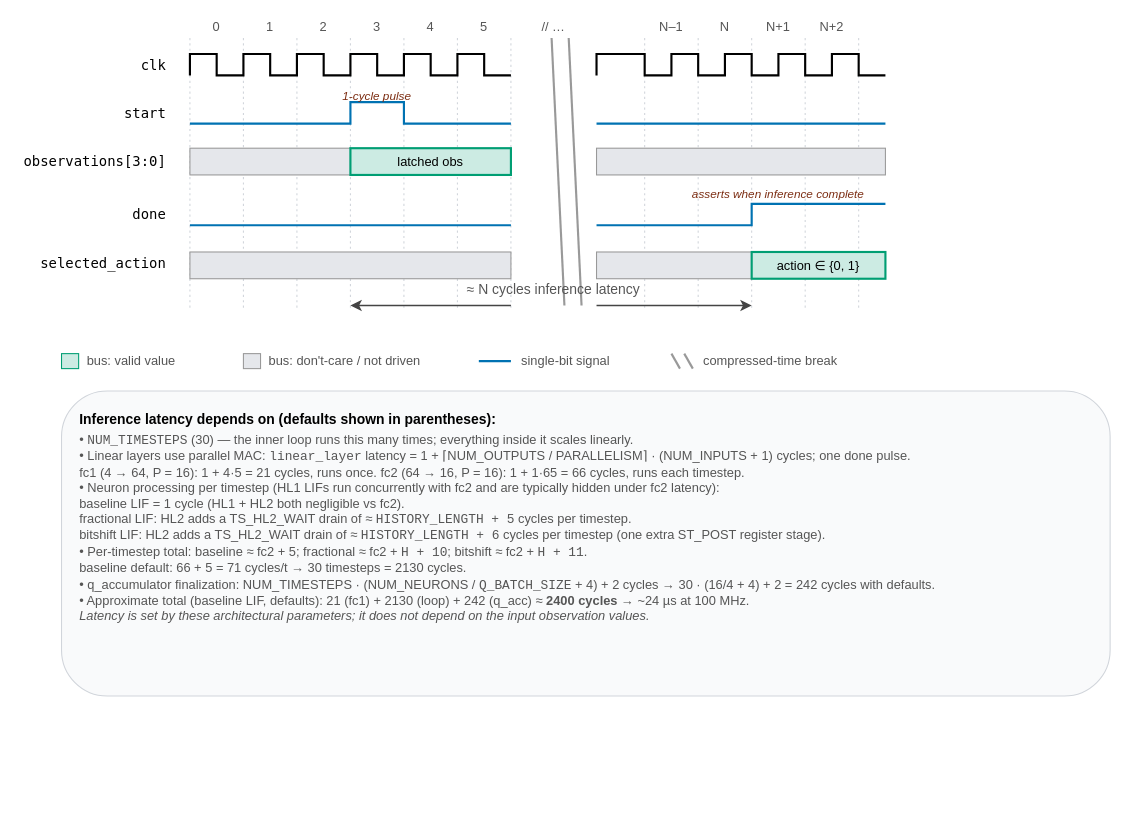
Earlier version of the draw.io diagram page "Top-level-timing" (2 of 4) of nn_diagrams.drawio (nkanderson/intrinsic-memory-SNNs). Source tidied: cells renumbered, new cells numbered last; positions are measured from the earlier drawing's top-left corner, leaving out a move shared by most shapes. Both pictures are drawn from the tidied source at 107%, with x=0, y=0 at pixel (18, 18).
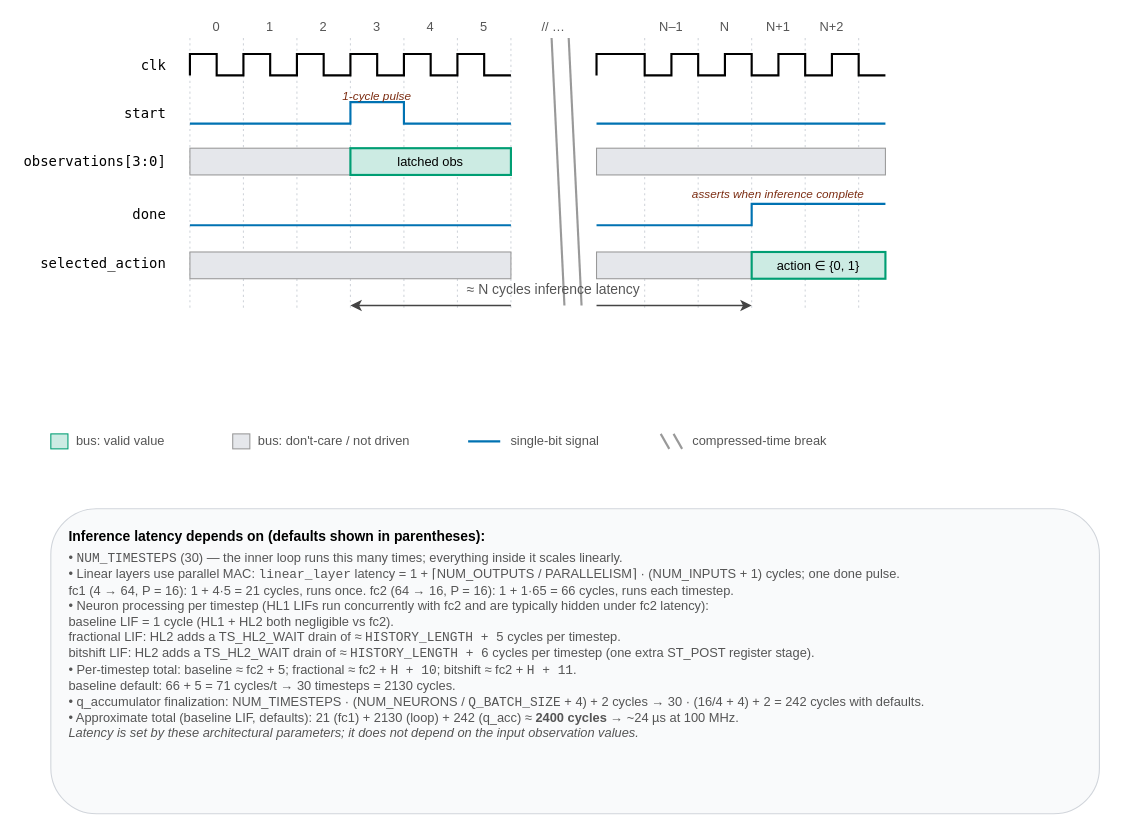
The same page after the edit.

The edit, as a diff of the source:
```diff
@@
-    <mxCell id="37" style="rounded=0;whiteSpace=wrap;html=1;strokeWidth=1;strokeColor=#999;fillColor=#E5E7EB;gradientColor=none;shadow=0;glass=0;" parent="1" vertex="1">
+    <mxCell id="37" style="rounded=0;whiteSpace=wrap;html=1;strokeWidth=1;strokeColor=#999;fillColor=#E5E7EB;" parent="1" vertex="1">
       <mxGeometry x="160" y="121" width="150" height="25" as="geometry" />
     </mxCell>
@@
     <mxCell id="49" style="rounded=0;whiteSpace=wrap;html=1;strokeWidth=1;strokeColor=#009E73;fillColor=#CCEBE3;" parent="1" vertex="1">
-      <mxGeometry x="40" y="313" width="16" height="14" as="geometry" />
+      <mxGeometry x="30" y="388" width="16" height="14" as="geometry" />
     </mxCell>
     <mxCell id="50" value="bus: valid value" style="text;html=1;whiteSpace=wrap;strokeColor=none;fillColor=none;align=left;verticalAlign=middle;rounded=0;fontFamily=Helvetica;fontSize=12;fontColor=#555;" parent="1" vertex="1">
-      <mxGeometry x="62" y="313" width="140" height="14" as="geometry" />
+      <mxGeometry x="52" y="388" width="140" height="14" as="geometry" />
     </mxCell>
     <mxCell id="51" style="rounded=0;whiteSpace=wrap;html=1;strokeWidth=1;strokeColor=#999;fillColor=#E5E7EB;" parent="1" vertex="1">
-      <mxGeometry x="210" y="313" width="16" height="14" as="geometry" />
+      <mxGeometry x="200" y="388" width="16" height="14" as="geometry" />
     </mxCell>
     <mxCell id="52" value="bus: don't-care / not driven" style="text;html=1;whiteSpace=wrap;strokeColor=none;fillColor=none;align=left;verticalAlign=middle;rounded=0;fontFamily=Helvetica;fontSize=12;fontColor=#555;" parent="1" vertex="1">
-      <mxGeometry x="232" y="313" width="200" height="14" as="geometry" />
+      <mxGeometry x="222" y="388" width="200" height="14" as="geometry" />
     </mxCell>
     <mxCell id="53" style="endArrow=none;html=1;rounded=0;strokeWidth=2;strokeColor=#0072B2;" parent="1" edge="1">
       <mxGeometry relative="1" as="geometry">
-        <mxPoint x="430" y="320" as="sourcePoint" />
-        <mxPoint x="460" y="320" as="targetPoint" />
+        <mxPoint x="420" y="395" as="sourcePoint" />
+        <mxPoint x="450" y="395" as="targetPoint" />
       </mxGeometry>
     </mxCell>
     <mxCell id="54" value="single-bit signal" style="text;html=1;whiteSpace=wrap;strokeColor=none;fillColor=none;align=left;verticalAlign=middle;rounded=0;fontFamily=Helvetica;fontSize=12;fontColor=#555;" parent="1" vertex="1">
-      <mxGeometry x="468" y="313" width="140" height="14" as="geometry" />
+      <mxGeometry x="458" y="388" width="140" height="14" as="geometry" />
     </mxCell>
     <mxCell id="55" style="endArrow=none;html=1;rounded=0;strokeWidth=2;strokeColor=#999;" parent="1" edge="1">
       <mxGeometry relative="1" as="geometry">
-        <mxPoint x="610" y="313" as="sourcePoint" />
-        <mxPoint x="618" y="327" as="targetPoint" />
+        <mxPoint x="600" y="388" as="sourcePoint" />
+        <mxPoint x="608" y="402" as="targetPoint" />
       </mxGeometry>
     </mxCell>
     <mxCell id="56" style="endArrow=none;html=1;rounded=0;strokeWidth=2;strokeColor=#999;" parent="1" edge="1">
       <mxGeometry relative="1" as="geometry">
-        <mxPoint x="622" y="313" as="sourcePoint" />
-        <mxPoint x="630" y="327" as="targetPoint" />
+        <mxPoint x="612" y="388" as="sourcePoint" />
+        <mxPoint x="620" y="402" as="targetPoint" />
       </mxGeometry>
     </mxCell>
     <mxCell id="57" value="compressed-time break" style="text;html=1;whiteSpace=wrap;strokeColor=none;fillColor=none;align=left;verticalAlign=middle;rounded=0;fontFamily=Helvetica;fontSize=12;fontColor=#555;" parent="1" vertex="1">
-      <mxGeometry x="638" y="313" width="200" height="14" as="geometry" />
+      <mxGeometry x="628" y="388" width="200" height="14" as="geometry" />
     </mxCell>
     <mxCell id="58" style="rounded=1;whiteSpace=wrap;html=1;strokeWidth=1;fillColor=#F9FAFB;strokeColor=#D1D5DB;" parent="1" vertex="1">
-      <mxGeometry x="40" y="348" width="980" height="285" as="geometry" />
+      <mxGeometry x="30" y="458" width="980" height="285" as="geometry" />
     </mxCell>
     <mxCell id="59" value="Inference latency depends on (defaults shown in parentheses):" style="text;html=1;whiteSpace=wrap;strokeColor=none;fillColor=none;align=left;verticalAlign=top;rounded=0;fontFamily=Helvetica;fontSize=13;fontStyle=1;" parent="1" vertex="1">
-      <mxGeometry x="55" y="360" width="940" height="20" as="geometry" />
+      <mxGeometry x="45" y="470" width="940" height="20" as="geometry" />
     </mxCell>
     <mxCell id="60" value="•  &lt;span style=&quot;font-family:monospace;&quot;&gt;NUM_TIMESTEPS&lt;/span&gt; (30) — the inner loop runs this many times; everything inside it scales linearly.&lt;br&gt;•  Linear layers use parallel MAC: &lt;span style=&quot;font-family:monospace;&quot;&gt;linear_layer&lt;/span&gt; latency = 1 + ⌈NUM_OUTPUTS / PARALLELISM⌉ · (NUM_INPUTS + 1) cycles; one done pulse.&lt;br&gt;     fc1 (4 → 64, P = 16): 1 + 4·5 = 21 cycles, runs once.   fc2 (64 → 16, P = 16): 1 + 1·65 = 66 cycles, runs each timestep.&lt;br&gt;•  Neuron processing per timestep (HL1 LIFs run concurrently with fc2 and are typically hidden under fc2 latency):&lt;br&gt;     baseline LIF = 1 cycle (HL1 + HL2 both negligible vs fc2).&lt;br&gt;     fractional LIF: HL2 adds a TS_HL2_WAIT drain of ≈ &lt;span style=&quot;font-family:monospace;&quot;&gt;HISTORY_LENGTH + 5&lt;/span&gt; cycles per timestep.&lt;br&gt;     bitshift   LIF: HL2 adds a TS_HL2_WAIT drain of ≈ &lt;span style=&quot;font-family:monospace;&quot;&gt;HISTORY_LENGTH + 6&lt;/span&gt; cycles per timestep (one extra ST_POST register stage).&lt;br&gt;•  Per-timestep total: baseline ≈ fc2 + 5;   fractional ≈ fc2 + &lt;span style=&quot;font-family:monospace;&quot;&gt;H + 10&lt;/span&gt;;   bitshift ≈ fc2 + &lt;span style=&quot;font-family:monospace;&quot;&gt;H + 11&lt;/span&gt;.&lt;br&gt;     baseline default: 66 + 5 = 71 cycles/t  →  30 timesteps = 2130 cycles.&lt;br&gt;•  q_accumulator finalization: NUM_TIMESTEPS · (NUM_NEURONS / &lt;span style=&quot;font-family:monospace;&quot;&gt;Q_BATCH_SIZE&lt;/span&gt; + 4) + 2 cycles  →  30 · (16/4 + 4) + 2 = 242 cycles with defaults.&lt;br&gt;•  Approximate total (baseline LIF, defaults): 21 (fc1) + 2130 (loop) + 242 (q_acc) ≈ &lt;b&gt;2400 cycles&lt;/b&gt;  →  ~24 µs at 100 MHz.&lt;br&gt;&lt;i&gt;Latency is set by these architectural parameters; it does not depend on the input observation values.&lt;/i&gt;" style="text;html=1;whiteSpace=wrap;strokeColor=none;fillColor=none;align=left;verticalAlign=top;rounded=0;fontFamily=Helvetica;fontSize=12;fontColor=#555;" parent="1" vertex="1">
-      <mxGeometry x="55" y="380" width="940" height="250" as="geometry" />
+      <mxGeometry x="45" y="490" width="940" height="250" as="geometry" />
     </mxCell>
```
